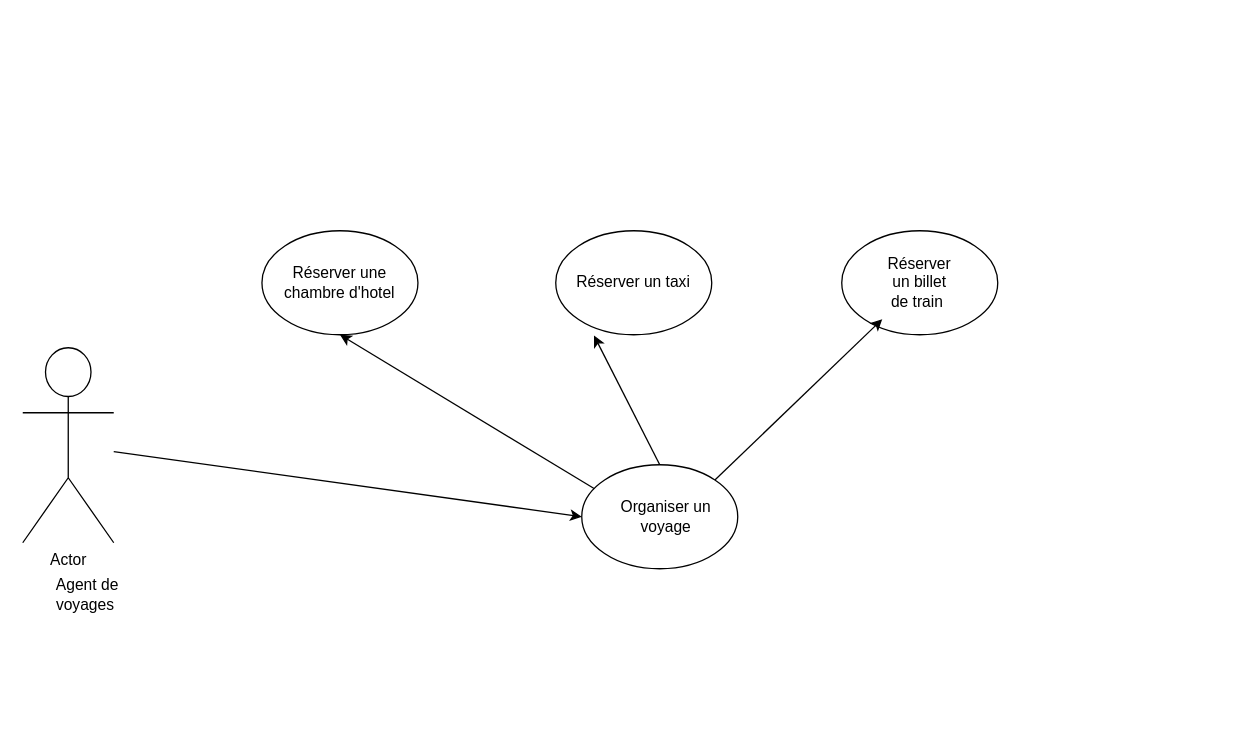
The draw.io diagram Untitled Diagram.drawio in Taha-esselmouni/UML, before the edit. Source tidied: cells renumbered, new cells numbered last; positions are measured from the earlier drawing's top-left corner, leaving out a move shared by most shapes. Both pictures are drawn from the tidied source at 130%, with x=0, y=0 at pixel (22, 230).
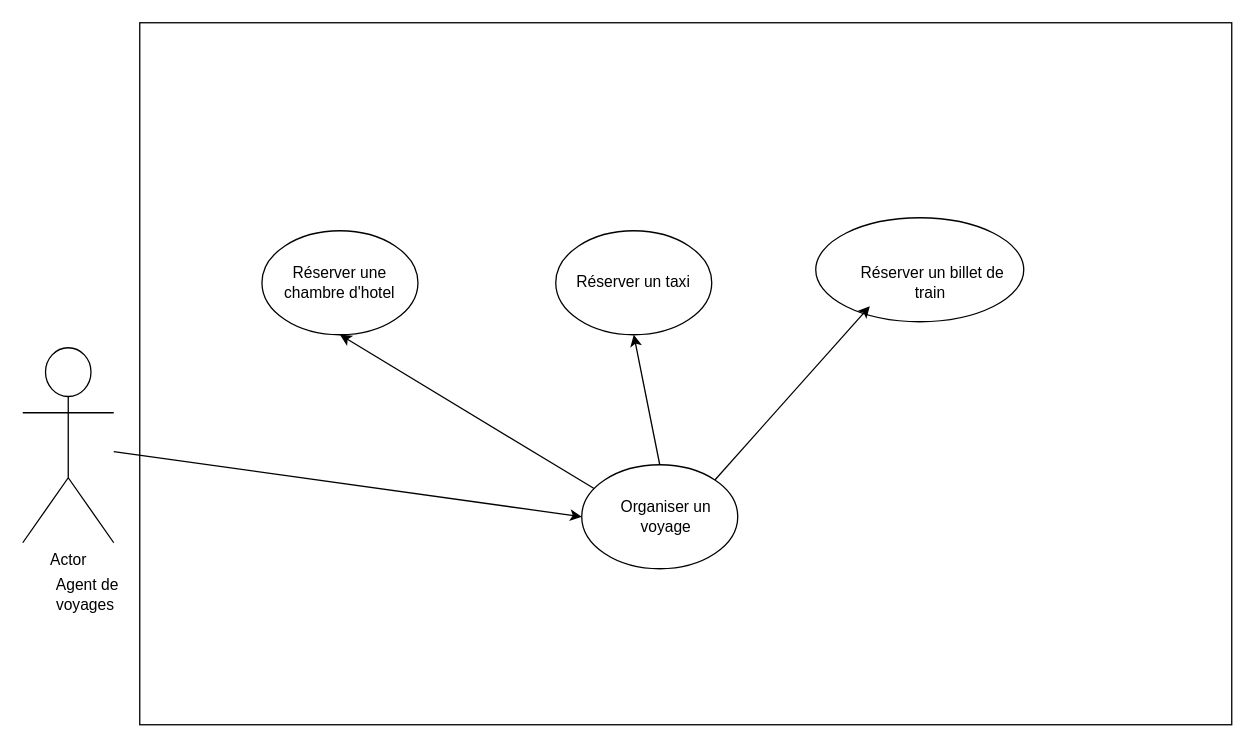
The same diagram, later.

Commit message (it also covers changes not shown here):
Update Untitled Diagram

The edit, as a diff of the source:
```diff
@@
 <mxGraphModel>
   <root>
     <mxCell id="0" />
     <mxCell id="1" parent="0" />
+    <mxCell id="16" style="rounded=0;whiteSpace=wrap;html=1;" parent="1" vertex="1">
+      <mxGeometry x="90" y="-160" width="840" height="540" as="geometry" />
+    </mxCell>
     <mxCell id="2" value="Actor" style="shape=umlActor;verticalLabelPosition=bottom;verticalAlign=top;html=1;outlineConnect=0;" parent="1" vertex="1">
       <mxGeometry y="90" width="70" height="150" as="geometry" />
     </mxCell>
     <mxCell id="3" style="ellipse;whiteSpace=wrap;html=1;" parent="1" vertex="1">
       <mxGeometry x="184" width="120" height="80" as="geometry" />
     </mxCell>
     <mxCell id="4" style="ellipse;whiteSpace=wrap;html=1;" parent="1" vertex="1">
       <mxGeometry x="410" width="120" height="80" as="geometry" />
     </mxCell>
     <mxCell id="5" style="ellipse;whiteSpace=wrap;html=1;" parent="1" vertex="1">
-      <mxGeometry x="630" width="120" height="80" as="geometry" />
+      <mxGeometry x="610" y="-10" width="160" height="80" as="geometry" />
     </mxCell>
     <mxCell id="6" style="ellipse;whiteSpace=wrap;html=1;" parent="1" vertex="1">
       <mxGeometry x="430" y="180" width="120" height="80" as="geometry" />
     </mxCell>
     <mxCell id="7" value="Réserver une chambre d'hotel" style="text;html=1;strokeColor=none;fillColor=none;align=center;verticalAlign=middle;whiteSpace=wrap;rounded=0;" parent="1" vertex="1">
       <mxGeometry x="194" y="25" width="100" height="30" as="geometry" />
     </mxCell>
     <mxCell id="8" value="Réserver un taxi" style="text;html=1;strokeColor=none;fillColor=none;align=center;verticalAlign=middle;whiteSpace=wrap;rounded=0;" parent="1" vertex="1">
       <mxGeometry x="420" y="30" width="100" height="20" as="geometry" />
     </mxCell>
     <mxCell id="9" value="Organiser un voyage" style="text;html=1;strokeColor=none;fillColor=none;align=center;verticalAlign=middle;whiteSpace=wrap;rounded=0;" parent="1" vertex="1">
       <mxGeometry x="450" y="210" width="90" height="20" as="geometry" />
     </mxCell>
     <mxCell id="10" value="Réserver un billet de train&amp;nbsp;" style="text;html=1;strokeColor=none;fillColor=none;align=center;verticalAlign=middle;whiteSpace=wrap;rounded=0;" parent="1" vertex="1">
-      <mxGeometry x="670" y="30" width="40" height="20" as="geometry" />
+      <mxGeometry x="640" y="30" width="120" height="20" as="geometry" />
     </mxCell>
     <mxCell id="11" value="Agent de voyages&amp;nbsp;" style="text;html=1;strokeColor=none;fillColor=none;align=center;verticalAlign=middle;whiteSpace=wrap;rounded=0;" parent="1" vertex="1">
       <mxGeometry y="260" width="100" height="40" as="geometry" />
     </mxCell>
     <mxCell id="12" style="curved=1;endArrow=classic;html=1;entryX=0.5;entryY=1;entryDx=0;entryDy=0;exitX=0.079;exitY=0.229;exitDx=0;exitDy=0;exitPerimeter=0;" parent="1" edge="1" source="6" target="3">
       <mxGeometry relative="1" as="geometry" />
     </mxCell>
-    <mxCell id="13" style="curved=1;endArrow=classic;html=1;entryX=0.245;entryY=1.007;entryDx=0;entryDy=0;entryPerimeter=0;exitX=0.5;exitY=0;exitDx=0;exitDy=0;" parent="1" edge="1" source="6" target="4">
+    <mxCell id="13" style="curved=1;endArrow=classic;html=1;entryX=0.5;entryY=1;entryDx=0;entryDy=0;exitX=0.5;exitY=0;exitDx=0;exitDy=0;" parent="1" edge="1" source="6" target="4">
       <mxGeometry relative="1" as="geometry" />
     </mxCell>
     <mxCell id="14" style="endArrow=classic;html=1;entryX=0;entryY=0.5;entryDx=0;entryDy=0;" parent="1" edge="1" source="2" target="6">
       <mxGeometry relative="1" as="geometry" />
     </mxCell>
     <mxCell id="15" style="endArrow=classic;html=1;entryX=0.26;entryY=0.85;entryDx=0;entryDy=0;entryPerimeter=0;exitX=1;exitY=0;exitDx=0;exitDy=0;" parent="1" edge="1" source="6" target="5">
       <mxGeometry relative="1" as="geometry" />
     </mxCell>
   </root>
 </mxGraphModel>
```
